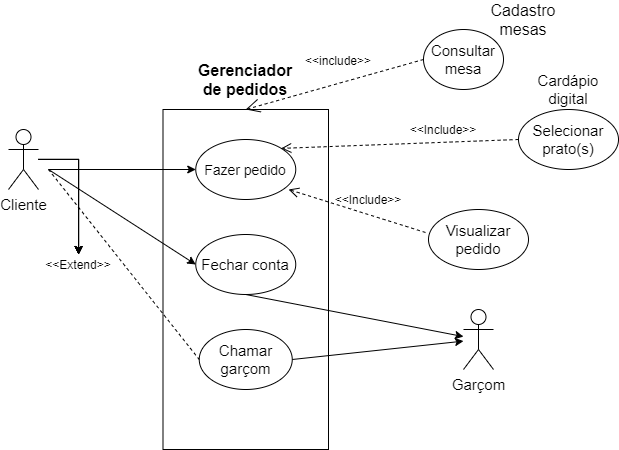
Above: AssitenteEletronico.drawio.png in hinname/project-Restaurant (draw.io), before the change. Source tidied: cells renumbered, new cells last; positions are measured from the earlier drawing's top-left corner, leaving out a move shared by most shapes.
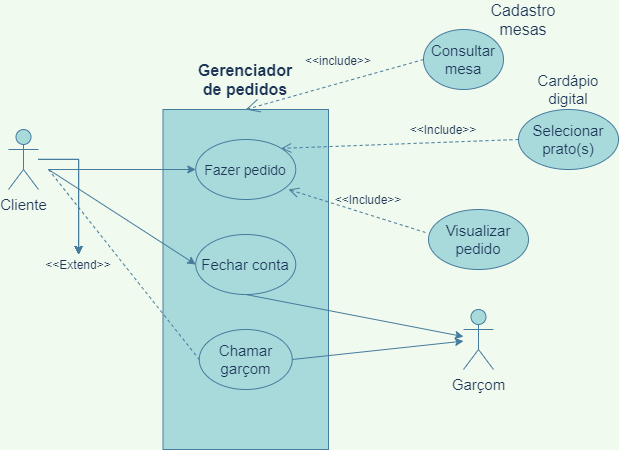
The same file after the commit.

The edit, as a diff of the source:
```diff
@@ -1,98 +1,98 @@
-<mxGraphModel>
+<mxGraphModel background="#F1FAEE">
   <root>
     <mxCell id="0" />
     <mxCell id="1" parent="0" />
-    <mxCell id="2" style="rounded=0;whiteSpace=wrap;html=1;" parent="1" vertex="1">
+    <mxCell id="2" style="rounded=0;whiteSpace=wrap;html=1;fillColor=#A8DADC;strokeColor=#457B9D;fontColor=#1D3557;" parent="1" vertex="1">
       <mxGeometry x="154.5" y="100" width="165.5" height="340" as="geometry" />
     </mxCell>
-    <mxCell id="3" style="edgeStyle=orthogonalEdgeStyle;rounded=0;jettySize=auto;html=1;" parent="1" edge="1" source="8" target="21">
+    <mxCell id="3" style="edgeStyle=orthogonalEdgeStyle;rounded=0;jettySize=auto;html=1;labelBackgroundColor=#F1FAEE;strokeColor=#457B9D;fontColor=#1D3557;" parent="1" edge="1" source="8" target="21">
       <mxGeometry relative="1" as="geometry" />
     </mxCell>
-    <mxCell id="4" style="edgeStyle=orthogonalEdgeStyle;rounded=0;jettySize=auto;html=1;" parent="1" edge="1" source="8" target="21">
+    <mxCell id="4" style="edgeStyle=orthogonalEdgeStyle;rounded=0;jettySize=auto;html=1;labelBackgroundColor=#F1FAEE;strokeColor=#457B9D;fontColor=#1D3557;" parent="1" edge="1" source="8" target="21">
       <mxGeometry relative="1" as="geometry" />
     </mxCell>
-    <mxCell id="5" style="edgeStyle=orthogonalEdgeStyle;rounded=0;jettySize=auto;html=1;" parent="1" edge="1" source="8" target="21">
+    <mxCell id="5" style="edgeStyle=orthogonalEdgeStyle;rounded=0;jettySize=auto;html=1;labelBackgroundColor=#F1FAEE;strokeColor=#457B9D;fontColor=#1D3557;" parent="1" edge="1" source="8" target="21">
       <mxGeometry relative="1" as="geometry" />
     </mxCell>
-    <mxCell id="6" style="edgeStyle=orthogonalEdgeStyle;rounded=0;jettySize=auto;html=1;" parent="1" edge="1" source="8" target="21">
+    <mxCell id="6" style="edgeStyle=orthogonalEdgeStyle;rounded=0;jettySize=auto;html=1;labelBackgroundColor=#F1FAEE;strokeColor=#457B9D;fontColor=#1D3557;" parent="1" edge="1" source="8" target="21">
       <mxGeometry relative="1" as="geometry" />
     </mxCell>
-    <mxCell id="7" style="edgeStyle=orthogonalEdgeStyle;rounded=0;jettySize=auto;html=1;" parent="1" edge="1" source="8" target="21">
+    <mxCell id="7" style="edgeStyle=orthogonalEdgeStyle;rounded=0;jettySize=auto;html=1;labelBackgroundColor=#F1FAEE;strokeColor=#457B9D;fontColor=#1D3557;" parent="1" edge="1" source="8" target="21">
       <mxGeometry relative="1" as="geometry" />
     </mxCell>
-    <mxCell id="8" value="&lt;font style=&quot;font-size: 15px&quot;&gt;Cliente&lt;/font&gt;" style="shape=umlActor;verticalLabelPosition=bottom;verticalAlign=top;html=1;outlineConnect=0;" parent="1" vertex="1">
+    <mxCell id="8" value="&lt;font style=&quot;font-size: 15px&quot;&gt;Cliente&lt;/font&gt;" style="shape=umlActor;verticalLabelPosition=bottom;verticalAlign=top;html=1;outlineConnect=0;fillColor=#A8DADC;strokeColor=#457B9D;fontColor=#1D3557;" parent="1" vertex="1">
       <mxGeometry y="120" width="30" height="60" as="geometry" />
     </mxCell>
-    <mxCell id="9" value="&lt;b&gt;&lt;font style=&quot;font-size: 16px&quot;&gt;Gerenciador de pedidos&lt;/font&gt;&lt;/b&gt;" style="text;html=1;strokeColor=none;fillColor=none;align=center;verticalAlign=middle;whiteSpace=wrap;rounded=0;" parent="1" vertex="1">
+    <mxCell id="9" value="&lt;b&gt;&lt;font style=&quot;font-size: 16px&quot;&gt;Gerenciador de pedidos&lt;/font&gt;&lt;/b&gt;" style="text;html=1;strokeColor=none;fillColor=none;align=center;verticalAlign=middle;whiteSpace=wrap;rounded=0;fontColor=#1D3557;" parent="1" vertex="1">
       <mxGeometry x="217.2" y="60" width="40" height="20" as="geometry" />
     </mxCell>
-    <mxCell id="10" value="&lt;font style=&quot;font-size: 15px&quot;&gt;Garçom&lt;/font&gt;" style="shape=umlActor;verticalLabelPosition=bottom;verticalAlign=top;html=1;outlineConnect=0;" parent="1" vertex="1">
+    <mxCell id="10" value="&lt;font style=&quot;font-size: 15px&quot;&gt;Garçom&lt;/font&gt;" style="shape=umlActor;verticalLabelPosition=bottom;verticalAlign=top;html=1;outlineConnect=0;fillColor=#A8DADC;strokeColor=#457B9D;fontColor=#1D3557;" parent="1" vertex="1">
       <mxGeometry x="455" y="300" width="30" height="60" as="geometry" />
     </mxCell>
-    <mxCell id="11" value="&lt;font style=&quot;font-size: 14px&quot;&gt;Fazer pedido&lt;/font&gt;" style="ellipse;whiteSpace=wrap;html=1;" parent="1" vertex="1">
+    <mxCell id="11" value="&lt;font style=&quot;font-size: 14px&quot;&gt;Fazer pedido&lt;/font&gt;" style="ellipse;whiteSpace=wrap;html=1;fillColor=#A8DADC;strokeColor=#457B9D;fontColor=#1D3557;" parent="1" vertex="1">
       <mxGeometry x="187.2" y="130" width="100" height="60" as="geometry" />
     </mxCell>
-    <mxCell id="12" value="&lt;font style=&quot;font-size: 15px&quot;&gt;Fechar conta&lt;/font&gt;" style="ellipse;whiteSpace=wrap;html=1;" parent="1" vertex="1">
+    <mxCell id="12" value="&lt;font style=&quot;font-size: 15px&quot;&gt;Fechar conta&lt;/font&gt;" style="ellipse;whiteSpace=wrap;html=1;fillColor=#A8DADC;strokeColor=#457B9D;fontColor=#1D3557;" parent="1" vertex="1">
       <mxGeometry x="187.2" y="225" width="100" height="60" as="geometry" />
     </mxCell>
-    <mxCell id="13" value="&lt;font style=&quot;font-size: 15px&quot;&gt;Chamar garçom&lt;/font&gt;" style="ellipse;whiteSpace=wrap;html=1;" parent="1" vertex="1">
+    <mxCell id="13" value="&lt;font style=&quot;font-size: 15px&quot;&gt;Chamar garçom&lt;/font&gt;" style="ellipse;whiteSpace=wrap;html=1;fillColor=#A8DADC;strokeColor=#457B9D;fontColor=#1D3557;" parent="1" vertex="1">
       <mxGeometry x="190.8" y="320" width="93" height="60" as="geometry" />
     </mxCell>
-    <mxCell id="14" value="&lt;font style=&quot;font-size: 15px&quot;&gt;Selecionar prato(s)&lt;/font&gt;" style="ellipse;whiteSpace=wrap;html=1;" parent="1" vertex="1">
+    <mxCell id="14" value="&lt;font style=&quot;font-size: 15px&quot;&gt;Selecionar prato(s)&lt;/font&gt;" style="ellipse;whiteSpace=wrap;html=1;fillColor=#A8DADC;strokeColor=#457B9D;fontColor=#1D3557;" parent="1" vertex="1">
       <mxGeometry x="510" y="100" width="100" height="60" as="geometry" />
     </mxCell>
-    <mxCell id="15" value="&amp;lt;&amp;lt;Include&amp;gt;&amp;gt;" style="text;html=1;strokeColor=none;fillColor=none;align=center;verticalAlign=middle;whiteSpace=wrap;rounded=0;" parent="1" vertex="1">
+    <mxCell id="15" value="&amp;lt;&amp;lt;Include&amp;gt;&amp;gt;" style="text;html=1;strokeColor=none;fillColor=none;align=center;verticalAlign=middle;whiteSpace=wrap;rounded=0;fontColor=#1D3557;" parent="1" vertex="1">
       <mxGeometry x="415" y="110" width="40" height="20" as="geometry" />
     </mxCell>
-    <mxCell id="16" style="endArrow=classic;html=1;entryX=0;entryY=0.5;entryDx=0;entryDy=0;" parent="1" edge="1" target="11">
+    <mxCell id="16" style="endArrow=classic;html=1;entryX=0;entryY=0.5;entryDx=0;entryDy=0;labelBackgroundColor=#F1FAEE;strokeColor=#457B9D;fontColor=#1D3557;" parent="1" edge="1" target="11">
       <mxGeometry relative="1" as="geometry">
         <mxPoint x="40" y="160" as="sourcePoint" />
       </mxGeometry>
     </mxCell>
-    <mxCell id="17" style="endArrow=classic;html=1;entryX=0;entryY=0.5;entryDx=0;entryDy=0;" parent="1" edge="1" target="12">
+    <mxCell id="17" style="endArrow=classic;html=1;entryX=0;entryY=0.5;entryDx=0;entryDy=0;labelBackgroundColor=#F1FAEE;strokeColor=#457B9D;fontColor=#1D3557;" parent="1" edge="1" target="12">
       <mxGeometry relative="1" as="geometry">
         <mxPoint x="40" y="160" as="sourcePoint" />
       </mxGeometry>
     </mxCell>
-    <mxCell id="18" style="endArrow=classic;html=1;exitX=0.5;exitY=1;exitDx=0;exitDy=0;" parent="1" edge="1" source="12" target="10">
+    <mxCell id="18" style="endArrow=classic;html=1;exitX=0.5;exitY=1;exitDx=0;exitDy=0;labelBackgroundColor=#F1FAEE;strokeColor=#457B9D;fontColor=#1D3557;" parent="1" edge="1" source="12" target="10">
       <mxGeometry relative="1" as="geometry" />
     </mxCell>
-    <mxCell id="19" style="endArrow=classic;html=1;exitX=1;exitY=0.5;exitDx=0;exitDy=0;" parent="1" edge="1" source="13" target="10">
+    <mxCell id="19" style="endArrow=classic;html=1;exitX=1;exitY=0.5;exitDx=0;exitDy=0;labelBackgroundColor=#F1FAEE;strokeColor=#457B9D;fontColor=#1D3557;" parent="1" edge="1" source="13" target="10">
       <mxGeometry relative="1" as="geometry" />
     </mxCell>
-    <mxCell id="20" style="endArrow=none;dashed=1;html=1;entryX=0;entryY=0.5;entryDx=0;entryDy=0;" parent="1" edge="1" target="13">
+    <mxCell id="20" style="endArrow=none;dashed=1;html=1;entryX=0;entryY=0.5;entryDx=0;entryDy=0;labelBackgroundColor=#F1FAEE;strokeColor=#457B9D;fontColor=#1D3557;" parent="1" edge="1" target="13">
       <mxGeometry relative="1" as="geometry">
         <mxPoint x="40" y="160" as="sourcePoint" />
       </mxGeometry>
     </mxCell>
-    <mxCell id="21" value="&amp;lt;&amp;lt;Extend&amp;gt;&amp;gt;" style="text;html=1;strokeColor=none;fillColor=none;align=center;verticalAlign=middle;whiteSpace=wrap;rounded=0;" parent="1" vertex="1">
+    <mxCell id="21" value="&amp;lt;&amp;lt;Extend&amp;gt;&amp;gt;" style="text;html=1;strokeColor=none;fillColor=none;align=center;verticalAlign=middle;whiteSpace=wrap;rounded=0;fontColor=#1D3557;" parent="1" vertex="1">
       <mxGeometry x="50" y="245" width="40" height="20" as="geometry" />
     </mxCell>
-    <mxCell id="22" value="&lt;font style=&quot;font-size: 15px&quot;&gt;Cardápio digital&lt;/font&gt;" style="text;html=1;strokeColor=none;fillColor=none;align=center;verticalAlign=middle;whiteSpace=wrap;rounded=0;" parent="1" vertex="1">
+    <mxCell id="22" value="&lt;font style=&quot;font-size: 15px&quot;&gt;Cardápio digital&lt;/font&gt;" style="text;html=1;strokeColor=none;fillColor=none;align=center;verticalAlign=middle;whiteSpace=wrap;rounded=0;fontColor=#1D3557;" parent="1" vertex="1">
       <mxGeometry x="540" y="70" width="40" height="20" as="geometry" />
     </mxCell>
-    <mxCell id="23" value="&lt;font style=&quot;font-size: 15px&quot;&gt;Visualizar pedido&lt;/font&gt;" style="ellipse;whiteSpace=wrap;html=1;fontSize=15;strokeColor=#000000;" parent="1" vertex="1">
+    <mxCell id="23" value="&lt;font style=&quot;font-size: 15px&quot;&gt;Visualizar pedido&lt;/font&gt;" style="ellipse;whiteSpace=wrap;html=1;fontSize=15;strokeColor=#457B9D;fillColor=#A8DADC;fontColor=#1D3557;" parent="1" vertex="1">
       <mxGeometry x="420" y="200" width="100" height="60" as="geometry" />
     </mxCell>
-    <mxCell id="24" style="html=1;verticalAlign=bottom;endArrow=open;dashed=1;endSize=8;fontSize=15;exitX=0;exitY=0.5;exitDx=0;exitDy=0;entryX=1;entryY=0;entryDx=0;entryDy=0;" parent="1" edge="1" source="14" target="11">
+    <mxCell id="24" style="html=1;verticalAlign=bottom;endArrow=open;dashed=1;endSize=8;fontSize=15;exitX=0;exitY=0.5;exitDx=0;exitDy=0;entryX=1;entryY=0;entryDx=0;entryDy=0;labelBackgroundColor=#F1FAEE;strokeColor=#457B9D;fontColor=#1D3557;" parent="1" edge="1" source="14" target="11">
       <mxGeometry relative="1" as="geometry" />
     </mxCell>
-    <mxCell id="25" value="Consultar mesa" style="ellipse;whiteSpace=wrap;html=1;strokeColor=#000000;fontSize=15;" parent="1" vertex="1">
+    <mxCell id="25" value="Consultar mesa" style="ellipse;whiteSpace=wrap;html=1;strokeColor=#457B9D;fontSize=15;fillColor=#A8DADC;fontColor=#1D3557;" parent="1" vertex="1">
       <mxGeometry x="415" y="20" width="80" height="60" as="geometry" />
     </mxCell>
-    <mxCell id="26" value="&lt;font style=&quot;font-size: 16px&quot;&gt;Cadastro mesas&lt;/font&gt;" style="text;html=1;strokeColor=none;fillColor=none;align=center;verticalAlign=middle;whiteSpace=wrap;rounded=0;fontSize=15;" parent="1" vertex="1">
+    <mxCell id="26" value="&lt;font style=&quot;font-size: 16px&quot;&gt;Cadastro mesas&lt;/font&gt;" style="text;html=1;strokeColor=none;fillColor=none;align=center;verticalAlign=middle;whiteSpace=wrap;rounded=0;fontSize=15;fontColor=#1D3557;" parent="1" vertex="1">
       <mxGeometry x="495" width="40" height="20" as="geometry" />
     </mxCell>
-    <mxCell id="27" style="endArrow=open;endSize=12;dashed=1;html=1;fontSize=15;exitX=0;exitY=0.5;exitDx=0;exitDy=0;entryX=0.5;entryY=0;entryDx=0;entryDy=0;" parent="1" edge="1" source="25" target="2">
+    <mxCell id="27" style="endArrow=open;endSize=12;dashed=1;html=1;fontSize=15;exitX=0;exitY=0.5;exitDx=0;exitDy=0;entryX=0.5;entryY=0;entryDx=0;entryDy=0;labelBackgroundColor=#F1FAEE;strokeColor=#457B9D;fontColor=#1D3557;" parent="1" edge="1" source="25" target="2">
       <mxGeometry relative="1" as="geometry" />
     </mxCell>
-    <mxCell id="28" value="&lt;font style=&quot;font-size: 12px&quot;&gt;&amp;lt;&amp;lt;include&amp;gt;&amp;gt;&lt;/font&gt;" style="text;html=1;strokeColor=none;fillColor=none;align=center;verticalAlign=middle;whiteSpace=wrap;rounded=0;fontSize=15;" parent="1" vertex="1">
+    <mxCell id="28" value="&lt;font style=&quot;font-size: 12px&quot;&gt;&amp;lt;&amp;lt;include&amp;gt;&amp;gt;&lt;/font&gt;" style="text;html=1;strokeColor=none;fillColor=none;align=center;verticalAlign=middle;whiteSpace=wrap;rounded=0;fontSize=15;fontColor=#1D3557;" parent="1" vertex="1">
       <mxGeometry x="310" y="40" width="40" height="20" as="geometry" />
     </mxCell>
-    <mxCell id="29" style="html=1;verticalAlign=bottom;endArrow=open;dashed=1;endSize=8;fontSize=15;exitX=-0.03;exitY=0.383;exitDx=0;exitDy=0;exitPerimeter=0;entryX=0.928;entryY=0.833;entryDx=0;entryDy=0;entryPerimeter=0;" parent="1" edge="1" source="23" target="11">
+    <mxCell id="29" style="html=1;verticalAlign=bottom;endArrow=open;dashed=1;endSize=8;fontSize=15;exitX=-0.03;exitY=0.383;exitDx=0;exitDy=0;exitPerimeter=0;entryX=0.928;entryY=0.833;entryDx=0;entryDy=0;entryPerimeter=0;labelBackgroundColor=#F1FAEE;strokeColor=#457B9D;fontColor=#1D3557;" parent="1" edge="1" source="23" target="11">
       <mxGeometry relative="1" as="geometry" />
     </mxCell>
-    <mxCell id="30" value="&amp;lt;&amp;lt;Include&amp;gt;&amp;gt;" style="text;html=1;strokeColor=none;fillColor=none;align=center;verticalAlign=middle;whiteSpace=wrap;rounded=0;" parent="1" vertex="1">
+    <mxCell id="30" value="&amp;lt;&amp;lt;Include&amp;gt;&amp;gt;" style="text;html=1;strokeColor=none;fillColor=none;align=center;verticalAlign=middle;whiteSpace=wrap;rounded=0;fontColor=#1D3557;" parent="1" vertex="1">
       <mxGeometry x="340" y="180" width="40" height="20" as="geometry" />
     </mxCell>
   </root>
```
